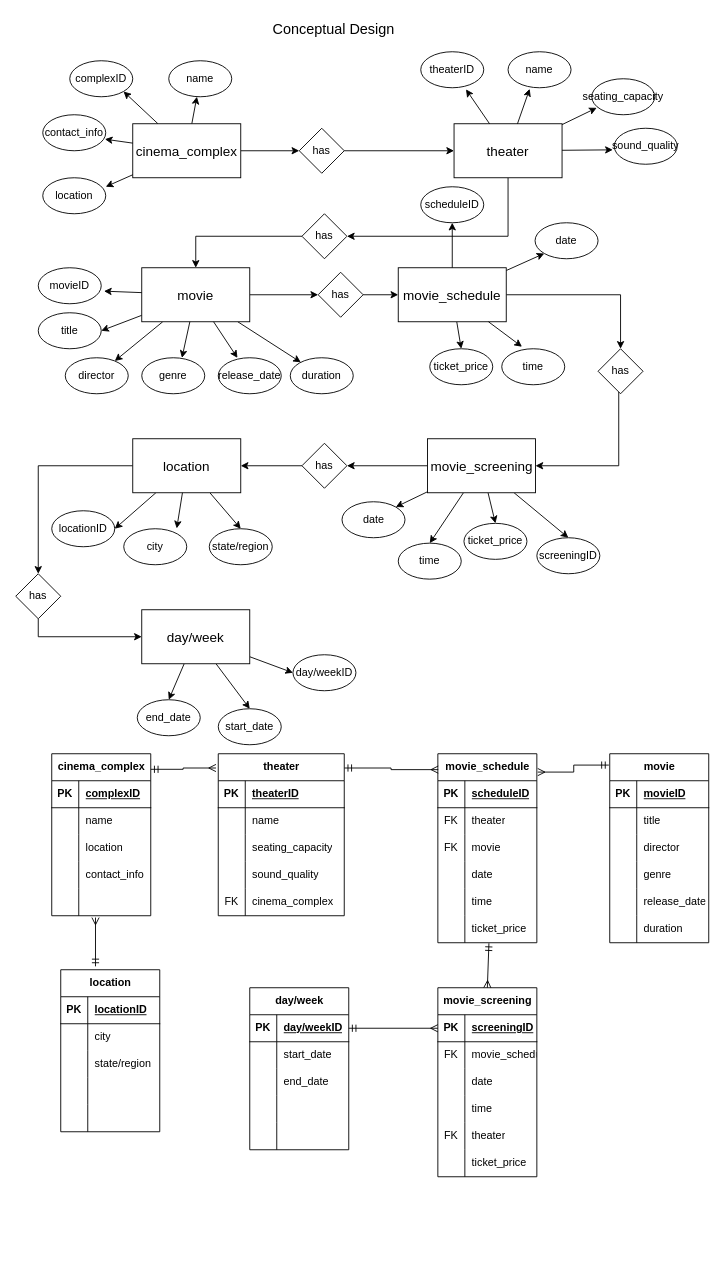
Earlier version of the draw.io diagram eye_candy_cinemas_casestudy.drawio (julieeesy/data_modelling_workshop). Source tidied: cells renumbered, new cells numbered last; positions are measured from the earlier drawing's top-left corner, leaving out a move shared by most shapes. Both pictures are drawn from the tidied source at 90%, with x=0, y=0 at pixel (15, 15).
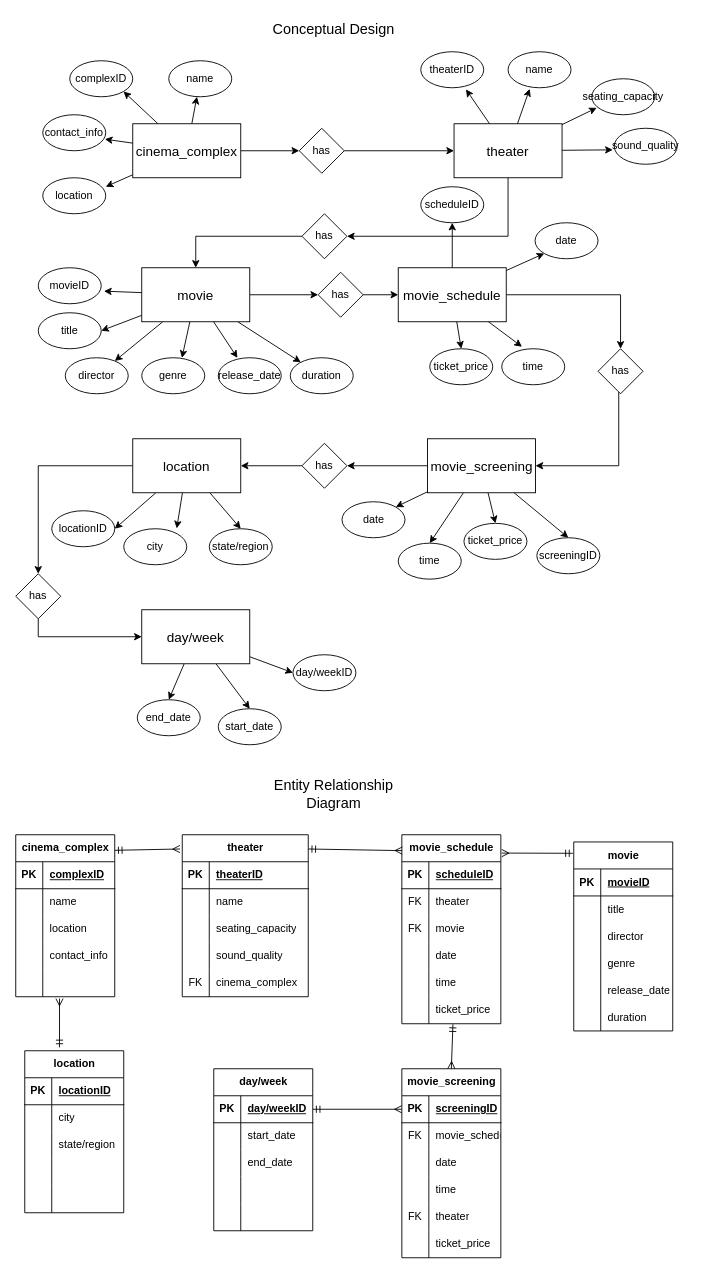
Above is the later version.

What changed in the source:
```diff
@@
     <mxCell id="84" value="cinema_complex" style="shape=table;startSize=30;childLayout=tableLayout;rowLines=0;fontStyle=1;align=center;html=1;" parent="1" vertex="1">
-      <mxGeometry x="40" y="820" width="110" height="180" as="geometry" />
+      <mxGeometry y="910" width="110" height="180" as="geometry" />
     </mxCell>
@@
     <mxCell id="100" value="theater" style="shape=table;startSize=30;childLayout=tableLayout;rowLines=0;fontStyle=1;align=center;html=1;" parent="1" vertex="1">
-      <mxGeometry x="225" y="820" width="140" height="180" as="geometry" />
+      <mxGeometry x="185" y="910" width="140" height="180" as="geometry" />
     </mxCell>
@@
     <mxCell id="116" value="movie_schedule" style="shape=table;startSize=30;childLayout=tableLayout;rowLines=0;fontStyle=1;align=center;html=1;" parent="1" vertex="1">
-      <mxGeometry x="469" y="820" width="110" height="210" as="geometry" />
+      <mxGeometry x="429" y="910" width="110" height="210" as="geometry" />
     </mxCell>
@@
     <mxCell id="135" value="location" style="shape=table;startSize=30;childLayout=tableLayout;rowLines=0;fontStyle=1;align=center;html=1;" parent="1" vertex="1">
-      <mxGeometry x="50" y="1060" width="110" height="180" as="geometry" />
+      <mxGeometry x="10" y="1150" width="110" height="180" as="geometry" />
     </mxCell>
@@
     <mxCell id="151" value="movie_screening" style="shape=table;startSize=30;childLayout=tableLayout;rowLines=0;fontStyle=1;align=center;html=1;" parent="1" vertex="1">
-      <mxGeometry x="469" y="1080" width="110" height="210" as="geometry" />
+      <mxGeometry x="429" y="1170" width="110" height="210" as="geometry" />
     </mxCell>
@@
     <mxCell id="170" value="day/week" style="shape=table;startSize=30;childLayout=tableLayout;rowLines=0;fontStyle=1;align=center;html=1;" parent="1" vertex="1">
-      <mxGeometry x="260" y="1080" width="110" height="180" as="geometry" />
+      <mxGeometry x="220" y="1170" width="110" height="180" as="geometry" />
     </mxCell>
@@
-    <mxCell id="186" style="edgeStyle=elbowEdgeStyle;fontSize=12;html=1;endArrow=ERmany;startArrow=ERmandOne;rounded=0;exitX=1.001;exitY=0.096;exitDx=0;exitDy=0;exitPerimeter=0;entryX=-0.018;entryY=0.088;entryDx=0;entryDy=0;entryPerimeter=0;endFill=0;" parent="1" edge="1" source="84" target="100">
+    <mxCell id="186" style="fontSize=12;html=1;endArrow=ERmany;startArrow=ERmandOne;rounded=0;exitX=1.001;exitY=0.096;exitDx=0;exitDy=0;exitPerimeter=0;entryX=-0.018;entryY=0.088;entryDx=0;entryDy=0;entryPerimeter=0;endFill=0;" parent="1" edge="1" source="84" target="100">
       <mxGeometry relative="1" as="geometry" />
     </mxCell>
-    <mxCell id="187" style="edgeStyle=elbowEdgeStyle;fontSize=12;html=1;endArrow=ERmany;startArrow=ERmandOne;rounded=0;exitX=1.001;exitY=0.088;exitDx=0;exitDy=0;exitPerimeter=0;entryX=0.004;entryY=0.084;entryDx=0;entryDy=0;entryPerimeter=0;endFill=0;" parent="1" edge="1" source="100" target="116">
+    <mxCell id="187" style="fontSize=12;html=1;endArrow=ERmany;startArrow=ERmandOne;rounded=0;exitX=1.001;exitY=0.088;exitDx=0;exitDy=0;exitPerimeter=0;entryX=0.004;entryY=0.084;entryDx=0;entryDy=0;entryPerimeter=0;endFill=0;" parent="1" edge="1" source="100" target="116">
       <mxGeometry relative="1" as="geometry" />
     </mxCell>
     <mxCell id="188" value="movie" style="shape=table;startSize=30;childLayout=tableLayout;rowLines=0;fontStyle=1;align=center;html=1;" parent="1" vertex="1">
-      <mxGeometry x="660" y="820" width="110" height="210" as="geometry" />
+      <mxGeometry x="620" y="918" width="110" height="210" as="geometry" />
     </mxCell>
@@
-    <mxCell id="207" style="edgeStyle=elbowEdgeStyle;fontSize=12;html=1;endArrow=ERmany;startArrow=ERmandOne;rounded=0;exitX=-0.009;exitY=0.06;exitDx=0;exitDy=0;exitPerimeter=0;entryX=1.009;entryY=0.097;entryDx=0;entryDy=0;entryPerimeter=0;endFill=0;" parent="1" edge="1" source="188" target="116">
+    <mxCell id="207" style="fontSize=12;html=1;endArrow=ERmany;startArrow=ERmandOne;rounded=0;exitX=-0.009;exitY=0.06;exitDx=0;exitDy=0;exitPerimeter=0;entryX=1.009;entryY=0.097;entryDx=0;entryDy=0;entryPerimeter=0;endFill=0;" parent="1" edge="1" source="188" target="116">
       <mxGeometry relative="1" as="geometry" />
     </mxCell>
@@
+    <mxCell id="211" value="Entity Relationship Diagram" style="text;html=1;strokeColor=none;fillColor=none;align=center;verticalAlign=middle;whiteSpace=wrap;rounded=0;fontSize=16;" parent="1" vertex="1">
+      <mxGeometry x="281" y="850" width="145" height="30" as="geometry" />
+    </mxCell>
```
